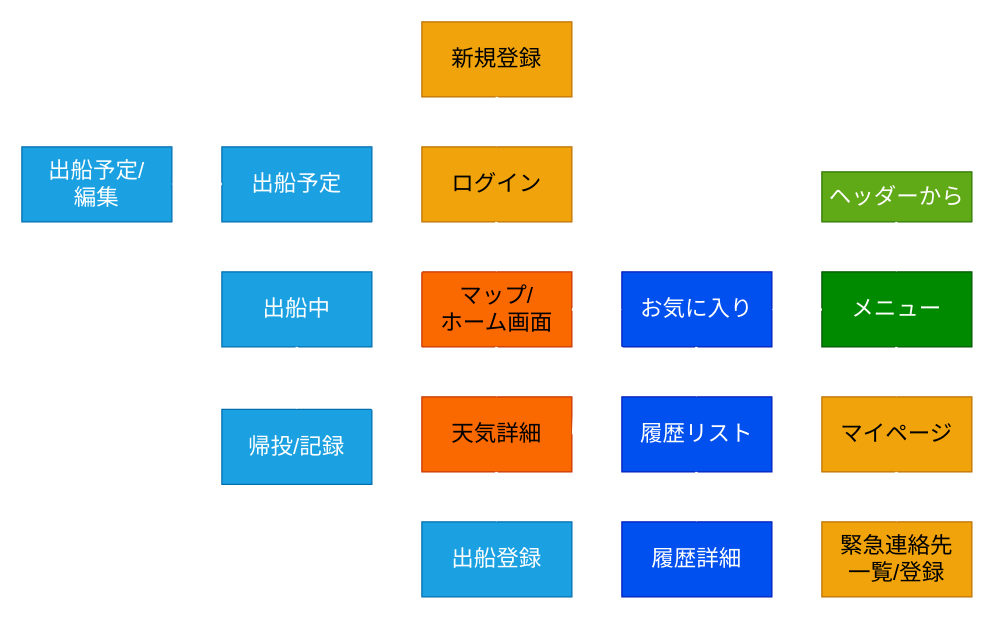
This is 開発設計書/UI/画面遷移図.drawio from ragna1123/safety_kayak_fishing_documents, a draw.io file, before an edit. Source tidied: cells renumbered, new cells numbered last; positions are measured from the earlier drawing's top-left corner, leaving out a move shared by most shapes. Both pictures are drawn from the tidied source at 125%, with x=0, y=0 at pixel (21, 21).
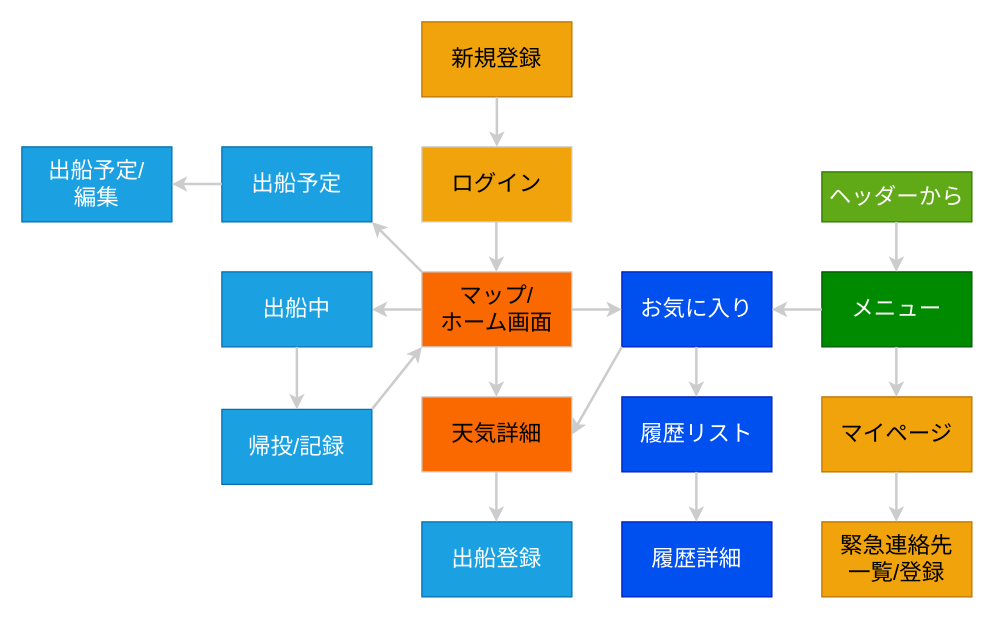
After the change.

Unchanged cells that the change refers to:
```xml
<mxCell id="3" value="新規登録" style="rounded=0;whiteSpace=wrap;html=1;fontSize=18;fillColor=#f0a30a;fontColor=#000000;strokeColor=#BD7000;" parent="1" vertex="1">
  <mxGeometry x="320" width="120" height="60" as="geometry" />
</mxCell>
<mxCell id="6" value="お気に入り" style="rounded=0;whiteSpace=wrap;html=1;fontSize=18;fillColor=#0050ef;fontColor=#ffffff;strokeColor=#001DBC;" parent="1" vertex="1">
  <mxGeometry x="480" y="200" width="120" height="60" as="geometry" />
</mxCell>
<mxCell id="8" value="出船中" style="rounded=0;whiteSpace=wrap;html=1;fontSize=18;fillColor=#1ba1e2;fontColor=#ffffff;strokeColor=#006EAF;" parent="1" vertex="1">
  <mxGeometry x="160" y="200" width="120" height="60" as="geometry" />
</mxCell>
<mxCell id="10" value="メニュー" style="rounded=0;whiteSpace=wrap;html=1;fontSize=18;fillColor=#008a00;fontColor=#ffffff;strokeColor=#005700;" parent="1" vertex="1">
  <mxGeometry x="640" y="200" width="120" height="60" as="geometry" />
</mxCell>
<mxCell id="11" value="帰投/記録" style="rounded=0;whiteSpace=wrap;html=1;fontSize=18;fillColor=#1ba1e2;fontColor=#ffffff;strokeColor=#006EAF;" parent="1" vertex="1">
  <mxGeometry x="160" y="310" width="120" height="60" as="geometry" />
</mxCell>
<mxCell id="22" value="出船予定" style="rounded=0;whiteSpace=wrap;html=1;fontSize=18;fillColor=#1ba1e2;fontColor=#ffffff;strokeColor=#006EAF;" parent="1" vertex="1">
  <mxGeometry x="160" y="100" width="120" height="60" as="geometry" />
</mxCell>
```

The edit, as a diff of the source:
```diff
@@
-    <mxCell id="2" value="ログイン" style="rounded=0;whiteSpace=wrap;html=1;fontSize=18;fillColor=#f0a30a;fontColor=#000000;strokeColor=#BD7000;" parent="1" vertex="1">
+    <mxCell id="2" value="ログイン" style="rounded=0;whiteSpace=wrap;html=1;fontSize=18;fillColor=#f0a30a;fontColor=#000000;strokeColor=#CCCCCC;" parent="1" vertex="1">
       <mxGeometry x="320" y="100" width="120" height="60" as="geometry" />
     </mxCell>
@@
-    <mxCell id="5" value="天気詳細" style="rounded=0;whiteSpace=wrap;html=1;fontSize=18;fillColor=#fa6800;fontColor=#000000;strokeColor=#C73500;" parent="1" vertex="1">
+    <mxCell id="5" value="天気詳細" style="rounded=0;whiteSpace=wrap;html=1;fontSize=18;fillColor=#fa6800;fontColor=#000000;strokeColor=#CCCCCC;" parent="1" vertex="1">
       <mxGeometry x="320" y="300" width="120" height="60" as="geometry" />
     </mxCell>
@@
-    <mxCell id="7" style="edgeStyle=none;html=1;strokeWidth=2;fontSize=22;exitX=0;exitY=0.5;exitDx=0;exitDy=0;entryX=1;entryY=0.5;entryDx=0;entryDy=0;strokeColor=#FFFFFF;" parent="1" edge="1" source="13" target="8">
+    <mxCell id="7" style="edgeStyle=none;html=1;strokeWidth=2;fontSize=22;exitX=0;exitY=0.5;exitDx=0;exitDy=0;entryX=1;entryY=0.5;entryDx=0;entryDy=0;strokeColor=#CCCCCC;" parent="1" edge="1" source="13" target="8">
       <mxGeometry relative="1" as="geometry" />
     </mxCell>
@@
-    <mxCell id="13" value="マップ/&lt;br&gt;ホーム画面" style="rounded=0;whiteSpace=wrap;html=1;fontSize=18;fillColor=#fa6800;fontColor=#000000;strokeColor=#C73500;" parent="1" vertex="1">
+    <mxCell id="13" value="マップ/&lt;br&gt;ホーム画面" style="rounded=0;whiteSpace=wrap;html=1;fontSize=18;fillColor=#fa6800;fontColor=#000000;strokeColor=#CCCCCC;" parent="1" vertex="1">
       <mxGeometry x="320" y="200" width="120" height="60" as="geometry" />
     </mxCell>
@@
-    <mxCell id="16" style="endArrow=classic;html=1;fontSize=22;exitX=0.5;exitY=1;exitDx=0;exitDy=0;strokeWidth=2;fillColor=#f0a30a;strokeColor=#FFFFFF;" parent="1" edge="1" source="3" target="2">
+    <mxCell id="16" style="endArrow=classic;html=1;fontSize=22;exitX=0.5;exitY=1;exitDx=0;exitDy=0;strokeWidth=2;fillColor=#f0a30a;strokeColor=#CCCCCC;" parent="1" edge="1" source="3" target="2">
       <mxGeometry relative="1" as="geometry" />
     </mxCell>
-    <mxCell id="17" style="endArrow=classic;html=1;fontSize=22;exitX=0.5;exitY=1;exitDx=0;exitDy=0;strokeWidth=2;strokeColor=#FFFFFF;" parent="1" edge="1">
+    <mxCell id="17" style="endArrow=classic;html=1;fontSize=22;exitX=0.5;exitY=1;exitDx=0;exitDy=0;strokeWidth=2;strokeColor=#CCCCCC;" parent="1" edge="1">
       <mxGeometry relative="1" as="geometry">
         <mxPoint x="379.6" y="160" as="sourcePoint" />
         <mxPoint x="379.6" y="200" as="targetPoint" />
       </mxGeometry>
     </mxCell>
-    <mxCell id="18" style="endArrow=classic;html=1;fontSize=22;exitX=0.5;exitY=1;exitDx=0;exitDy=0;strokeWidth=2;strokeColor=#FFFFFF;" parent="1" edge="1">
+    <mxCell id="18" style="endArrow=classic;html=1;fontSize=22;exitX=0.5;exitY=1;exitDx=0;exitDy=0;strokeWidth=2;strokeColor=#CCCCCC;" parent="1" edge="1">
       <mxGeometry relative="1" as="geometry">
         <mxPoint x="379.6" y="260" as="sourcePoint" />
         <mxPoint x="379.6" y="300" as="targetPoint" />
       </mxGeometry>
     </mxCell>
-    <mxCell id="19" style="endArrow=classic;html=1;fontSize=22;exitX=0.5;exitY=1;exitDx=0;exitDy=0;strokeWidth=2;strokeColor=#FFFFFF;" parent="1" edge="1">
+    <mxCell id="19" style="endArrow=classic;html=1;fontSize=22;exitX=0.5;exitY=1;exitDx=0;exitDy=0;strokeWidth=2;strokeColor=#CCCCCC;" parent="1" edge="1">
       <mxGeometry relative="1" as="geometry">
         <mxPoint x="379.6" y="360" as="sourcePoint" />
         <mxPoint x="379.6" y="400" as="targetPoint" />
       </mxGeometry>
     </mxCell>
-    <mxCell id="20" style="endArrow=classic;html=1;fontSize=22;exitX=0.5;exitY=1;exitDx=0;exitDy=0;strokeWidth=2;entryX=0.5;entryY=0;entryDx=0;entryDy=0;fillColor=#1ba1e2;strokeColor=#FFFFFF;" parent="1" edge="1" source="8" target="11">
+    <mxCell id="20" style="endArrow=classic;html=1;fontSize=22;exitX=0.5;exitY=1;exitDx=0;exitDy=0;strokeWidth=2;entryX=0.5;entryY=0;entryDx=0;entryDy=0;fillColor=#1ba1e2;strokeColor=#CCCCCC;" parent="1" edge="1" source="8" target="11">
       <mxGeometry relative="1" as="geometry" />
     </mxCell>
-    <mxCell id="21" style="endArrow=classic;html=1;fontSize=22;strokeWidth=2;entryX=1;entryY=0.5;entryDx=0;entryDy=0;exitX=0;exitY=1;exitDx=0;exitDy=0;strokeColor=#FFFFFF;" parent="1" edge="1" source="6" target="5">
+    <mxCell id="21" style="endArrow=classic;html=1;fontSize=22;strokeWidth=2;entryX=1;entryY=0.5;entryDx=0;entryDy=0;exitX=0;exitY=1;exitDx=0;exitDy=0;strokeColor=#CCCCCC;" parent="1" edge="1" source="6" target="5">
       <mxGeometry relative="1" as="geometry" />
     </mxCell>
@@
-    <mxCell id="24" style="endArrow=classic;html=1;fontSize=22;exitX=0.5;exitY=1;exitDx=0;exitDy=0;strokeWidth=2;strokeColor=#FFFFFF;" parent="1" edge="1">
+    <mxCell id="24" style="endArrow=classic;html=1;fontSize=22;exitX=0.5;exitY=1;exitDx=0;exitDy=0;strokeWidth=2;strokeColor=#CCCCCC;" parent="1" edge="1">
       <mxGeometry relative="1" as="geometry">
         <mxPoint x="699.6" y="160" as="sourcePoint" />
         <mxPoint x="699.6" y="200" as="targetPoint" />
       </mxGeometry>
     </mxCell>
-    <mxCell id="25" style="endArrow=classic;html=1;fontSize=22;exitX=0.5;exitY=1;exitDx=0;exitDy=0;strokeWidth=2;strokeColor=#FFFFFF;" parent="1" edge="1">
+    <mxCell id="25" style="endArrow=classic;html=1;fontSize=22;exitX=0.5;exitY=1;exitDx=0;exitDy=0;strokeWidth=2;strokeColor=#CCCCCC;" parent="1" edge="1">
       <mxGeometry relative="1" as="geometry">
         <mxPoint x="699.6" y="260" as="sourcePoint" />
         <mxPoint x="699.6" y="300" as="targetPoint" />
       </mxGeometry>
     </mxCell>
-    <mxCell id="26" style="endArrow=classic;html=1;fontSize=22;strokeWidth=2;entryX=1;entryY=0.5;entryDx=0;entryDy=0;exitX=0;exitY=0.5;exitDx=0;exitDy=0;strokeColor=#FFFFFF;" parent="1" edge="1" source="10" target="6">
+    <mxCell id="26" style="endArrow=classic;html=1;fontSize=22;strokeWidth=2;entryX=1;entryY=0.5;entryDx=0;entryDy=0;exitX=0;exitY=0.5;exitDx=0;exitDy=0;strokeColor=#CCCCCC;" parent="1" edge="1" source="10" target="6">
       <mxGeometry relative="1" as="geometry" />
     </mxCell>
-    <mxCell id="27" style="endArrow=classic;html=1;fontSize=22;strokeWidth=2;entryX=0;entryY=0.5;entryDx=0;entryDy=0;exitX=1;exitY=0.5;exitDx=0;exitDy=0;strokeColor=#FFFFFF;" parent="1" edge="1" source="13" target="6">
+    <mxCell id="27" style="endArrow=classic;html=1;fontSize=22;strokeWidth=2;entryX=0;entryY=0.5;entryDx=0;entryDy=0;exitX=1;exitY=0.5;exitDx=0;exitDy=0;strokeColor=#CCCCCC;" parent="1" edge="1" source="13" target="6">
       <mxGeometry relative="1" as="geometry" />
     </mxCell>
-    <mxCell id="28" style="endArrow=classic;html=1;fontSize=22;strokeWidth=2;exitX=0;exitY=0;exitDx=0;exitDy=0;entryX=1;entryY=1;entryDx=0;entryDy=0;strokeColor=#FFFFFF;" parent="1" edge="1" source="13" target="22">
+    <mxCell id="28" style="endArrow=classic;html=1;fontSize=22;strokeWidth=2;exitX=0;exitY=0;exitDx=0;exitDy=0;entryX=1;entryY=1;entryDx=0;entryDy=0;strokeColor=#CCCCCC;" parent="1" edge="1" source="13" target="22">
       <mxGeometry relative="1" as="geometry" />
     </mxCell>
-    <mxCell id="29" style="endArrow=classic;html=1;fontSize=22;exitX=0.5;exitY=1;exitDx=0;exitDy=0;strokeWidth=2;strokeColor=#FFFFFF;" parent="1" edge="1">
+    <mxCell id="29" style="endArrow=classic;html=1;fontSize=22;exitX=0.5;exitY=1;exitDx=0;exitDy=0;strokeWidth=2;strokeColor=#CCCCCC;" parent="1" edge="1">
       <mxGeometry relative="1" as="geometry">
         <mxPoint x="699.6" y="360" as="sourcePoint" />
         <mxPoint x="699.6" y="400" as="targetPoint" />
       </mxGeometry>
     </mxCell>
-    <mxCell id="30" style="endArrow=classic;html=1;fontSize=22;exitX=0.5;exitY=1;exitDx=0;exitDy=0;strokeWidth=2;strokeColor=#FFFFFF;" parent="1" edge="1">
+    <mxCell id="30" style="endArrow=classic;html=1;fontSize=22;exitX=0.5;exitY=1;exitDx=0;exitDy=0;strokeWidth=2;strokeColor=#CCCCCC;" parent="1" edge="1">
       <mxGeometry relative="1" as="geometry">
         <mxPoint x="539.6" y="260" as="sourcePoint" />
         <mxPoint x="539.6" y="300" as="targetPoint" />
       </mxGeometry>
     </mxCell>
-    <mxCell id="31" style="endArrow=classic;html=1;fontSize=22;exitX=0.5;exitY=1;exitDx=0;exitDy=0;strokeWidth=2;strokeColor=#FFFFFF;" parent="1" edge="1">
+    <mxCell id="31" style="endArrow=classic;html=1;fontSize=22;exitX=0.5;exitY=1;exitDx=0;exitDy=0;strokeWidth=2;strokeColor=#CCCCCC;" parent="1" edge="1">
       <mxGeometry relative="1" as="geometry">
         <mxPoint x="539.6" y="360" as="sourcePoint" />
         <mxPoint x="539.6" y="400" as="targetPoint" />
       </mxGeometry>
     </mxCell>
-    <mxCell id="32" style="endArrow=classic;html=1;fontSize=22;exitX=1;exitY=0;exitDx=0;exitDy=0;strokeWidth=2;entryX=0;entryY=1;entryDx=0;entryDy=0;strokeColor=#FFFFFF;" parent="1" edge="1" source="11" target="13">
+    <mxCell id="32" style="endArrow=classic;html=1;fontSize=22;exitX=1;exitY=0;exitDx=0;exitDy=0;strokeWidth=2;entryX=0;entryY=1;entryDx=0;entryDy=0;strokeColor=#CCCCCC;" parent="1" edge="1" source="11" target="13">
       <mxGeometry relative="1" as="geometry" />
     </mxCell>
@@
-    <mxCell id="34" style="edgeStyle=none;html=1;strokeWidth=2;fontSize=22;exitX=0;exitY=0.5;exitDx=0;exitDy=0;entryX=1;entryY=0.5;entryDx=0;entryDy=0;fillColor=#1ba1e2;strokeColor=#FFFFFF;" parent="1" edge="1">
+    <mxCell id="34" style="edgeStyle=none;html=1;strokeWidth=2;fontSize=22;exitX=0;exitY=0.5;exitDx=0;exitDy=0;entryX=1;entryY=0.5;entryDx=0;entryDy=0;fillColor=#1ba1e2;strokeColor=#CCCCCC;" parent="1" edge="1">
       <mxGeometry relative="1" as="geometry">
         <mxPoint x="160" y="129.7" as="sourcePoint" />
         <mxPoint x="120" y="129.7" as="targetPoint" />
       </mxGeometry>
     </mxCell>
```
